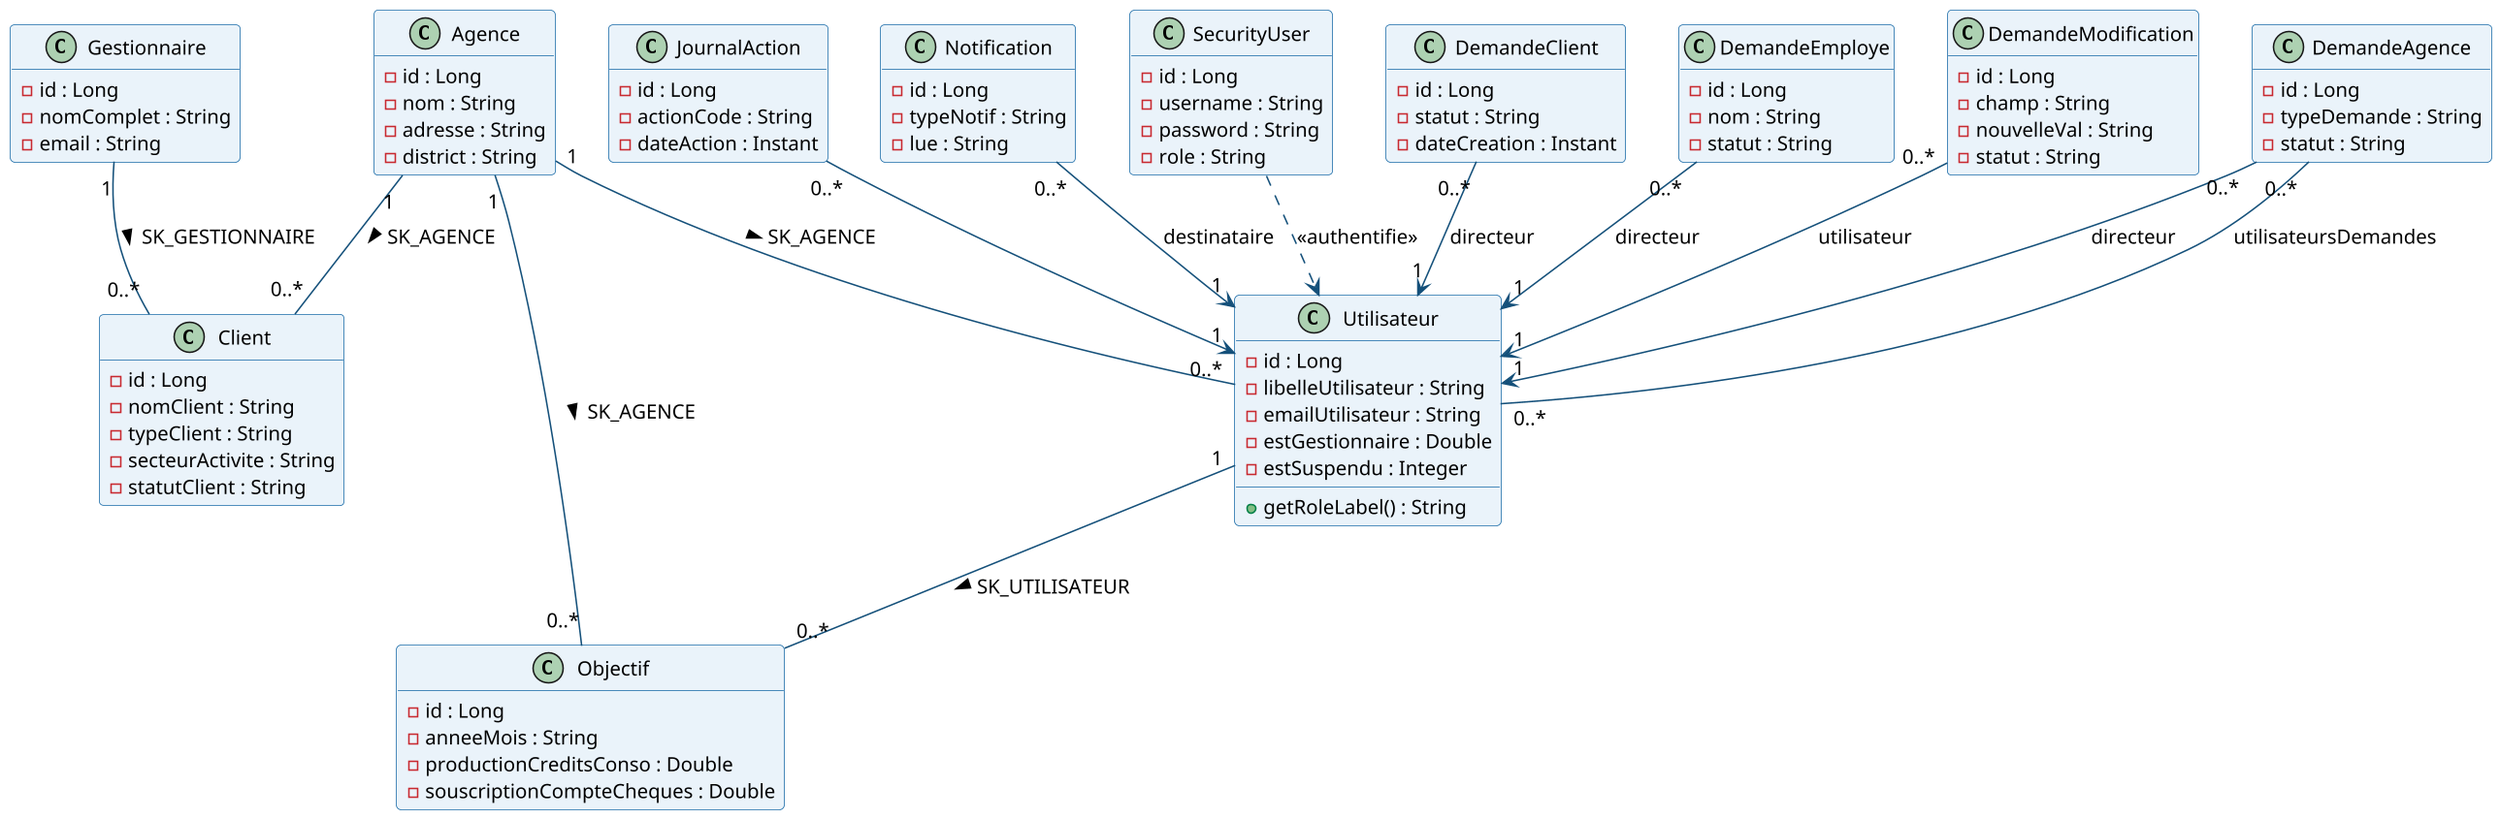
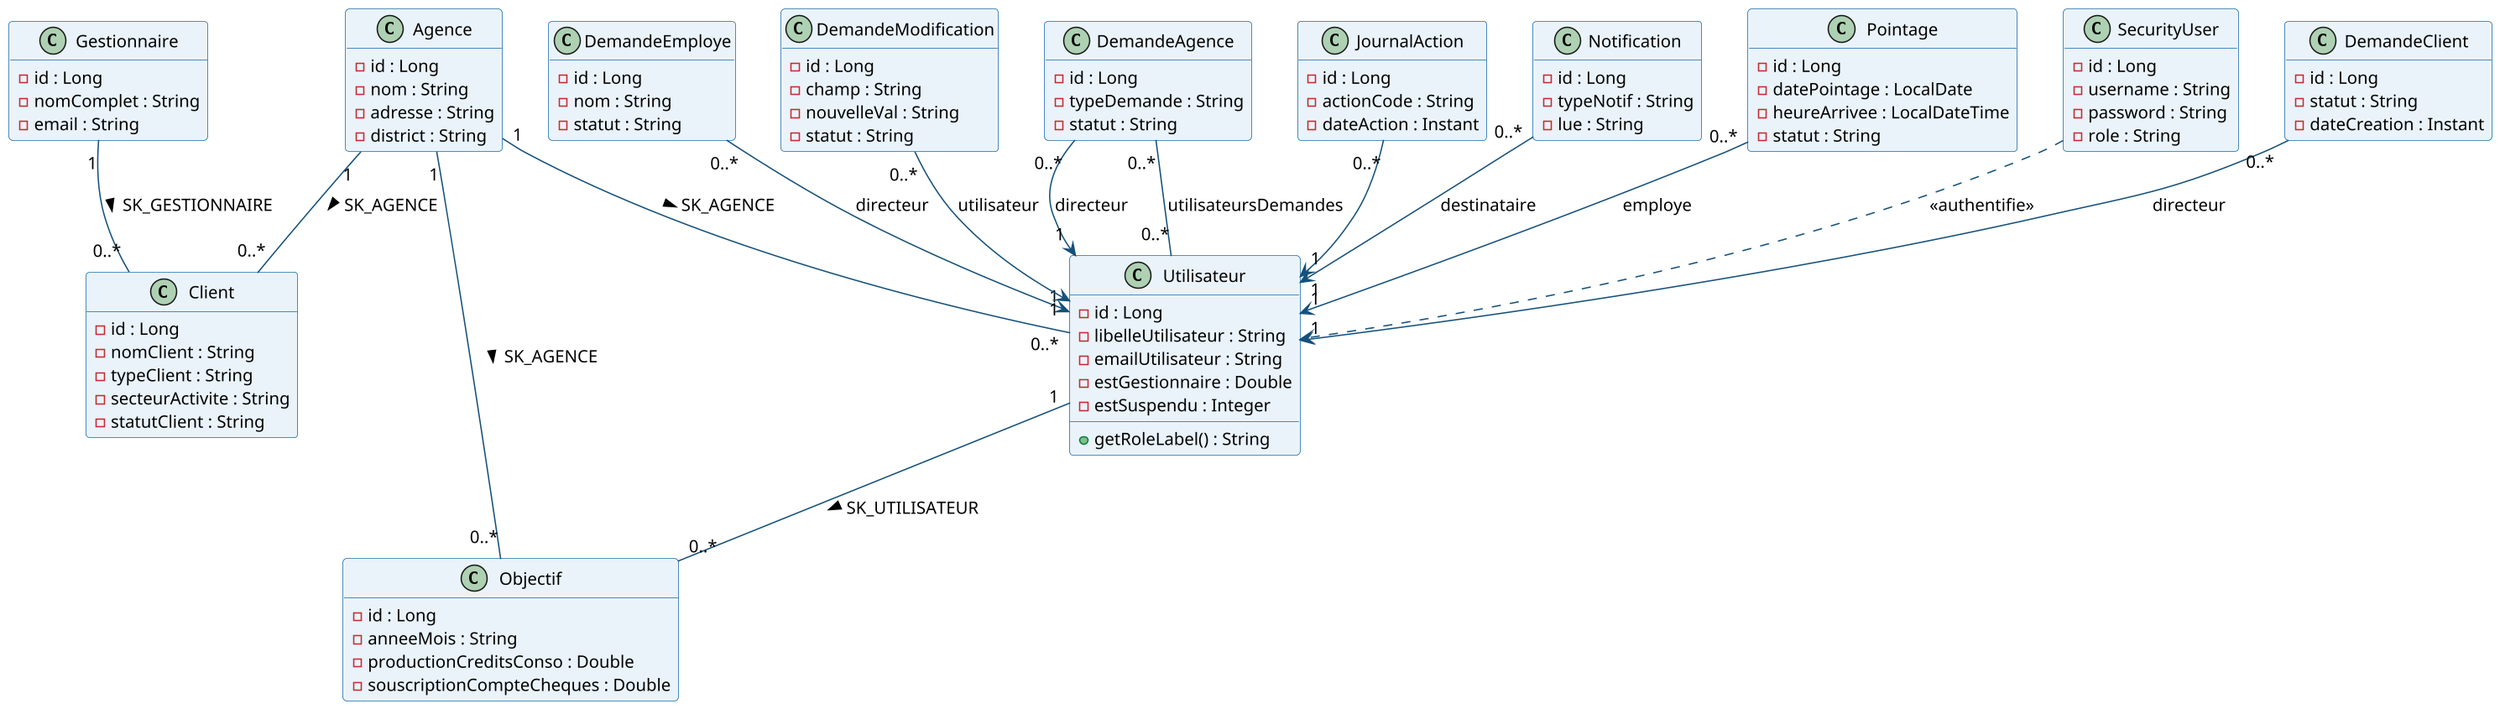
@startuml

skinparam dpi 150
skinparam shadowing false
skinparam DefaultFontName Arial
skinparam DefaultFontSize 13
skinparam ArrowColor #14507A
skinparam roundCorner 6

skinparam classBackgroundColor #EAF3FA
skinparam classBorderColor #1B6CA8
skinparam classArrowColor #14507A
hide empty members

class Agence {
  -id : Long
  -nom : String
  -adresse : String
  -district : String
}
class Utilisateur {
  -id : Long
  -libelleUtilisateur : String
  -emailUtilisateur : String
  -estGestionnaire : Double
  -estSuspendu : Integer
  +getRoleLabel() : String
}
class Client {
  -id : Long
  -nomClient : String
  -typeClient : String
  -secteurActivite : String
  -statutClient : String
}
class Gestionnaire {
  -id : Long
  -nomComplet : String
  -email : String
}
class Objectif {
  -id : Long
  -anneeMois : String
  -productionCreditsConso : Double
  -souscriptionCompteCheques : Double
}
class SecurityUser {
  -id : Long
  -username : String
  -password : String
  -role : String
}
class DemandeClient {
  -id : Long
  -statut : String
  -dateCreation : Instant
}
class DemandeEmploye {
  -id : Long
  -nom : String
  -statut : String
}
class DemandeModification {
  -id : Long
  -champ : String
  -nouvelleVal : String
  -statut : String
}
class DemandeAgence {
  -id : Long
  -typeDemande : String
  -statut : String
}
class JournalAction {
  -id : Long
  -actionCode : String
  -dateAction : Instant
}
class Notification {
  -id : Long
  -typeNotif : String
  -lue : String
}
+ class Pointage {
+   -id : Long
+   -datePointage : LocalDate
+   -heureArrivee : LocalDateTime
+   -statut : String
+ }

Agence "1" -- "0..*" Utilisateur : SK_AGENCE >
Agence "1" -- "0..*" Client : SK_AGENCE >
Agence "1" -- "0..*" Objectif : SK_AGENCE >
Gestionnaire "1" -- "0..*" Client : SK_GESTIONNAIRE >
Utilisateur "1" -- "0..*" Objectif : SK_UTILISATEUR >
DemandeClient "0..*" --> "1" Utilisateur : directeur
DemandeEmploye "0..*" --> "1" Utilisateur : directeur
DemandeModification "0..*" --> "1" Utilisateur : utilisateur
DemandeAgence "0..*" --> "1" Utilisateur : directeur
DemandeAgence "0..*" -- "0..*" Utilisateur : utilisateursDemandes
JournalAction "0..*" --> "1" Utilisateur
Notification "0..*" --> "1" Utilisateur : destinataire
+ Pointage "0..*" --> "1" Utilisateur : employe
SecurityUser ..> Utilisateur : <<authentifie>>
@enduml
